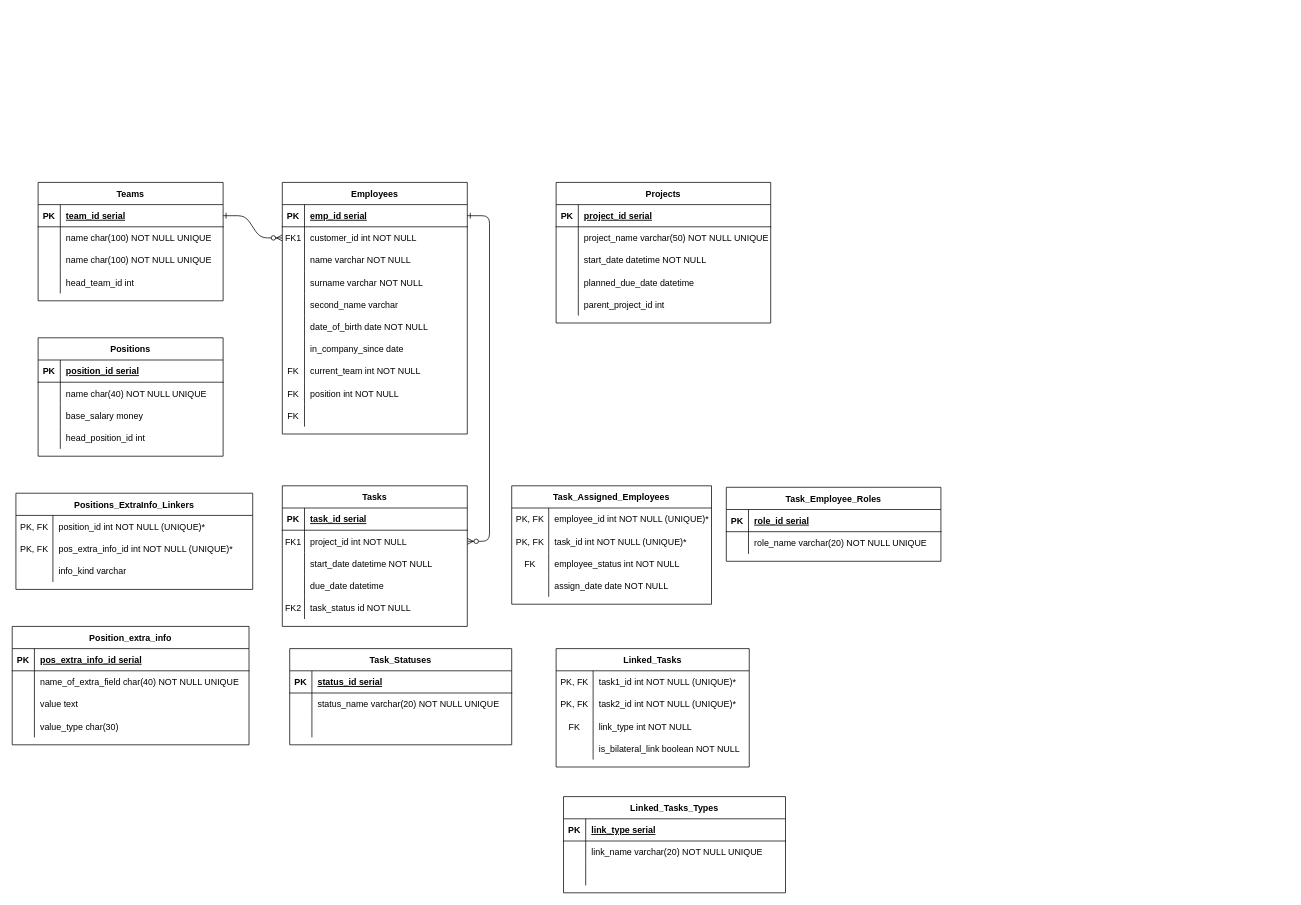
Earlier version of the draw.io diagram Untitled Diagram.drawio (iREALLYhateGit/projecterDB). Source tidied: cells renumbered, new cells numbered last; positions are measured from the earlier drawing's top-left corner, leaving out a move shared by most shapes. Both pictures are drawn from the tidied source at 74%, with x=0, y=0 at pixel (12, 182).
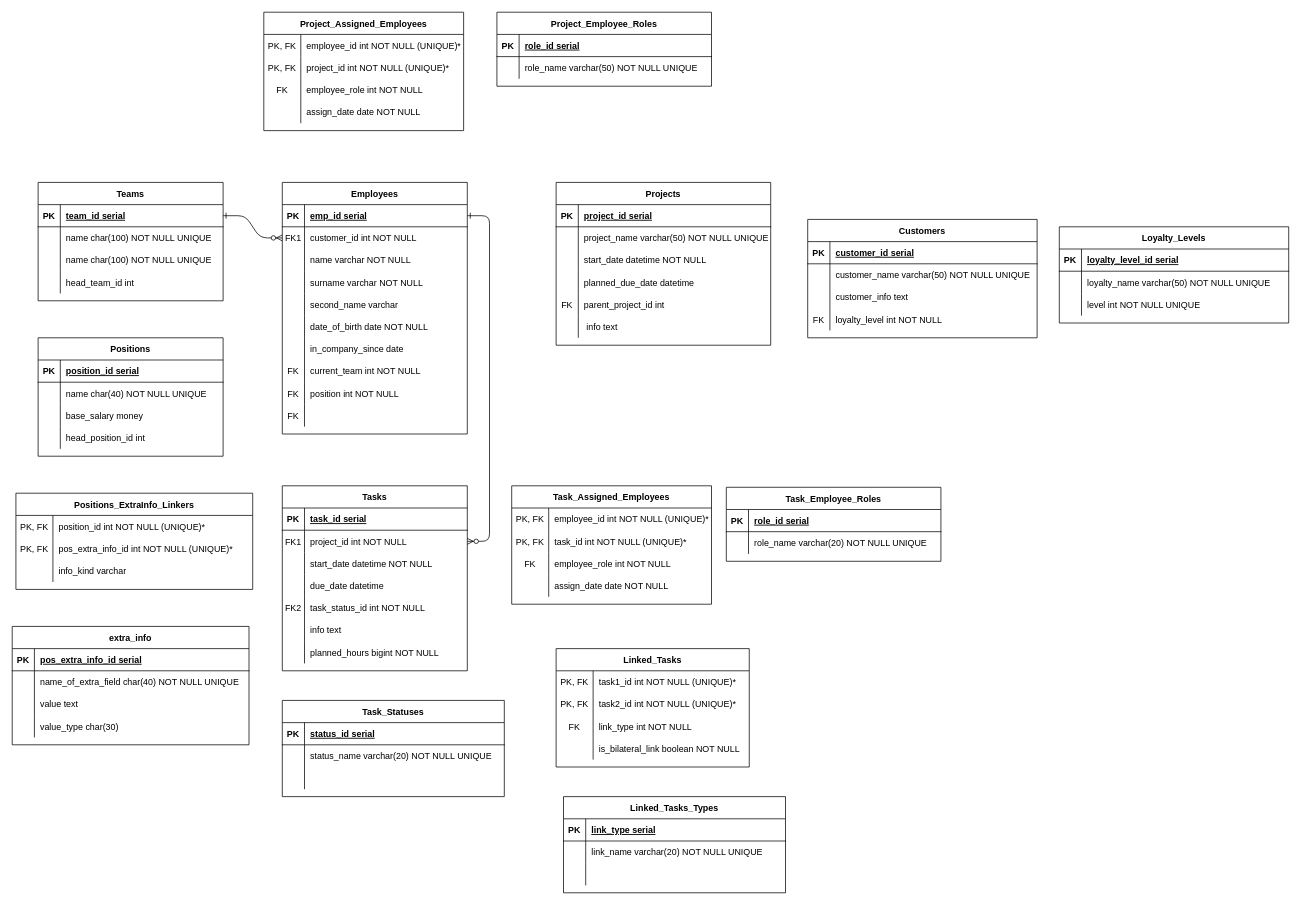
After the change.

The change refers to these unchanged cells:
```xml
<mxCell id="48" style="shape=partialRectangle;fillColor=none;top=0;left=0;right=0;bottom=0;" parent="35" vertex="1">
  <mxGeometry y="150" width="250" height="30" as="geometry" />
</mxCell>
<mxCell id="113" style="shape=partialRectangle;fillColor=none;top=0;left=0;right=0;bottom=0;" parent="100" vertex="1">
  <mxGeometry y="150" width="290" height="30" as="geometry" />
</mxCell>
<mxCell id="123" style="shape=partialRectangle;fillColor=none;top=0;left=0;right=0;bottom=0;" parent="116" vertex="1">
  <mxGeometry y="90" width="270" height="30" as="geometry" />
</mxCell>
```

Change to the diagram source:
```diff
@@
     <mxCell id="35" value="Tasks" style="shape=table;startSize=30;childLayout=tableLayout;rowLines=0;fontStyle=1;align=center;" parent="1" vertex="1">
-      <mxGeometry x="365" y="410" width="250" height="190" as="geometry" />
+      <mxGeometry x="365" y="410" width="250" height="250" as="geometry" />
     </mxCell>
@@
-    <mxCell id="50" value="task_status id NOT NULL" style="shape=partialRectangle;overflow=hidden;fillColor=none;top=0;left=0;bottom=0;right=0;align=left;spacingLeft=6;" parent="48" vertex="1">
+    <mxCell id="50" value="task_status_id int NOT NULL" style="shape=partialRectangle;overflow=hidden;fillColor=none;top=0;left=0;bottom=0;right=0;align=left;spacingLeft=6;" parent="48" vertex="1">
       <mxGeometry x="30" width="220" height="30" as="geometry" />
     </mxCell>
+    <mxCell id="169" style="shape=partialRectangle;fillColor=none;top=0;left=0;right=0;bottom=0;" parent="35" vertex="1">
+      <mxGeometry y="180" width="250" height="30" as="geometry" />
+    </mxCell>
+    <mxCell id="170" style="shape=partialRectangle;overflow=hidden;fillColor=none;top=0;left=0;bottom=0;right=0;" parent="169" vertex="1">
+      <mxGeometry width="30" height="30" as="geometry" />
+    </mxCell>
+    <mxCell id="171" value="info text" style="shape=partialRectangle;overflow=hidden;fillColor=none;top=0;left=0;bottom=0;right=0;align=left;spacingLeft=6;" parent="169" vertex="1">
+      <mxGeometry x="30" width="220" height="30" as="geometry" />
+    </mxCell>
+    <mxCell id="172" style="shape=partialRectangle;fillColor=none;top=0;left=0;right=0;bottom=0;" parent="35" vertex="1">
+      <mxGeometry y="210" width="250" height="30" as="geometry" />
+    </mxCell>
+    <mxCell id="173" style="shape=partialRectangle;overflow=hidden;fillColor=none;top=0;left=0;bottom=0;right=0;" parent="172" vertex="1">
+      <mxGeometry width="30" height="30" as="geometry" />
+    </mxCell>
+    <mxCell id="174" value="planned_hours bigint NOT NULL" style="shape=partialRectangle;overflow=hidden;fillColor=none;top=0;left=0;bottom=0;right=0;align=left;spacingLeft=6;" parent="172" vertex="1">
+      <mxGeometry x="30" width="220" height="30" as="geometry" />
+    </mxCell>
@@
-    <mxCell id="77" value="Position_extra_info" style="shape=table;startSize=30;childLayout=tableLayout;rowLines=0;fontStyle=1;align=center;" parent="1" vertex="1">
+    <mxCell id="77" value="extra_info" style="shape=table;startSize=30;childLayout=tableLayout;rowLines=0;fontStyle=1;align=center;" parent="1" vertex="1">
       <mxGeometry y="600" width="320" height="160" as="geometry" />
     </mxCell>
@@
     <mxCell id="100" value="Projects" style="shape=table;startSize=30;childLayout=tableLayout;rowLines=0;fontStyle=1;align=center;" parent="1" vertex="1">
-      <mxGeometry x="735" width="290" height="190" as="geometry" />
+      <mxGeometry x="735" width="290" height="220" as="geometry" />
     </mxCell>
@@
-    <mxCell id="114" style="shape=partialRectangle;overflow=hidden;fillColor=none;top=0;left=0;bottom=0;right=0;" parent="113" vertex="1">
+    <mxCell id="114" value="FK" style="shape=partialRectangle;overflow=hidden;fillColor=none;top=0;left=0;bottom=0;right=0;" parent="113" vertex="1">
       <mxGeometry width="30" height="30" as="geometry" />
     </mxCell>
@@
+    <mxCell id="175" style="shape=partialRectangle;fillColor=none;top=0;left=0;right=0;bottom=0;" parent="100" vertex="1">
+      <mxGeometry y="180" width="290" height="30" as="geometry" />
+    </mxCell>
+    <mxCell id="176" style="shape=partialRectangle;overflow=hidden;fillColor=none;top=0;left=0;bottom=0;right=0;" parent="175" vertex="1">
+      <mxGeometry width="30" height="30" as="geometry" />
+    </mxCell>
+    <mxCell id="177" value=" info text" style="shape=partialRectangle;overflow=hidden;fillColor=none;top=0;left=0;bottom=0;right=0;align=left;spacingLeft=6;" parent="175" vertex="1">
+      <mxGeometry x="30" width="260" height="30" as="geometry" />
+    </mxCell>
@@
-    <mxCell id="125" value="employee_status int NOT NULL" style="shape=partialRectangle;overflow=hidden;fillColor=none;top=0;left=0;bottom=0;right=0;align=left;spacingLeft=6;" parent="123" vertex="1">
+    <mxCell id="125" value="employee_role int NOT NULL" style="shape=partialRectangle;overflow=hidden;fillColor=none;top=0;left=0;bottom=0;right=0;align=left;spacingLeft=6;" parent="123" vertex="1">
       <mxGeometry x="50" width="220" height="30" as="geometry" />
     </mxCell>
@@
     <mxCell id="136" value="Task_Statuses" style="shape=table;startSize=30;childLayout=tableLayout;rowLines=0;fontStyle=1;align=center;" parent="1" vertex="1">
-      <mxGeometry x="375" y="630" width="300" height="130" as="geometry" />
+      <mxGeometry x="365" y="700" width="300" height="130" as="geometry" />
     </mxCell>
@@
+    <mxCell id="178" value="Project_Employee_Roles" style="shape=table;startSize=30;childLayout=tableLayout;rowLines=0;fontStyle=1;align=center;" parent="1" vertex="1">
+      <mxGeometry x="655" y="-230" width="290" height="100" as="geometry" />
+    </mxCell>
+    <mxCell id="179" style="shape=partialRectangle;fillColor=none;top=0;left=0;right=0;bottom=1;" parent="178" vertex="1">
+      <mxGeometry y="30" width="290" height="30" as="geometry" />
+    </mxCell>
+    <mxCell id="180" value="PK" style="shape=partialRectangle;overflow=hidden;fillColor=none;top=0;left=0;bottom=0;right=0;fontStyle=1;" parent="179" vertex="1">
+      <mxGeometry width="30" height="30" as="geometry" />
+    </mxCell>
+    <mxCell id="181" value="role_id serial" style="shape=partialRectangle;overflow=hidden;fillColor=none;top=0;left=0;bottom=0;right=0;align=left;spacingLeft=6;fontStyle=5;" parent="179" vertex="1">
+      <mxGeometry x="30" width="260" height="30" as="geometry" />
+    </mxCell>
+    <mxCell id="182" style="shape=partialRectangle;fillColor=none;top=0;left=0;right=0;bottom=0;" parent="178" vertex="1">
+      <mxGeometry y="60" width="290" height="30" as="geometry" />
+    </mxCell>
+    <mxCell id="183" style="shape=partialRectangle;overflow=hidden;fillColor=none;top=0;left=0;bottom=0;right=0;" parent="182" vertex="1">
+      <mxGeometry width="30" height="30" as="geometry" />
+    </mxCell>
+    <mxCell id="184" value="role_name varchar(50) NOT NULL UNIQUE" style="shape=partialRectangle;overflow=hidden;fillColor=none;top=0;left=0;bottom=0;right=0;align=left;spacingLeft=6;" parent="182" vertex="1">
+      <mxGeometry x="30" width="260" height="30" as="geometry" />
+    </mxCell>
+    <mxCell id="185" value="Project_Assigned_Employees" style="shape=table;startSize=30;childLayout=tableLayout;rowLines=0;fontStyle=1;align=center;" parent="1" vertex="1">
+      <mxGeometry x="340" y="-230" width="270" height="160" as="geometry" />
+    </mxCell>
+    <mxCell id="186" style="shape=partialRectangle;fillColor=none;top=0;left=0;right=0;bottom=0;" parent="185" vertex="1">
+      <mxGeometry y="30" width="270" height="30" as="geometry" />
+    </mxCell>
+    <mxCell id="187" value="PK, FK" style="shape=partialRectangle;overflow=hidden;fillColor=none;top=0;left=0;bottom=0;right=0;" parent="186" vertex="1">
+      <mxGeometry width="50" height="30" as="geometry" />
+    </mxCell>
+    <mxCell id="188" value="employee_id int NOT NULL (UNIQUE)*" style="shape=partialRectangle;overflow=hidden;fillColor=none;top=0;left=0;bottom=0;right=0;align=left;spacingLeft=6;" parent="186" vertex="1">
+      <mxGeometry x="50" width="220" height="30" as="geometry" />
+    </mxCell>
+    <mxCell id="189" style="shape=partialRectangle;fillColor=none;top=0;left=0;right=0;bottom=0;" parent="185" vertex="1">
+      <mxGeometry y="60" width="270" height="30" as="geometry" />
+    </mxCell>
+    <mxCell id="190" value="PK, FK" style="shape=partialRectangle;overflow=hidden;fillColor=none;top=0;left=0;bottom=0;right=0;" parent="189" vertex="1">
+      <mxGeometry width="50" height="30" as="geometry" />
+    </mxCell>
+    <mxCell id="191" value="project_id int NOT NULL (UNIQUE)*" style="shape=partialRectangle;overflow=hidden;fillColor=none;top=0;left=0;bottom=0;right=0;align=left;spacingLeft=6;" parent="189" vertex="1">
+      <mxGeometry x="50" width="220" height="30" as="geometry" />
+    </mxCell>
+    <mxCell id="192" style="shape=partialRectangle;fillColor=none;top=0;left=0;right=0;bottom=0;" parent="185" vertex="1">
+      <mxGeometry y="90" width="270" height="30" as="geometry" />
+    </mxCell>
+    <mxCell id="193" value="FK" style="shape=partialRectangle;overflow=hidden;fillColor=none;top=0;left=0;bottom=0;right=0;" parent="192" vertex="1">
+      <mxGeometry width="50" height="30" as="geometry" />
+    </mxCell>
+    <mxCell id="194" value="employee_role int NOT NULL" style="shape=partialRectangle;overflow=hidden;fillColor=none;top=0;left=0;bottom=0;right=0;align=left;spacingLeft=6;" parent="192" vertex="1">
+      <mxGeometry x="50" width="220" height="30" as="geometry" />
+    </mxCell>
+    <mxCell id="195" style="shape=partialRectangle;fillColor=none;top=0;left=0;right=0;bottom=0;" parent="185" vertex="1">
+      <mxGeometry y="120" width="270" height="30" as="geometry" />
+    </mxCell>
+    <mxCell id="196" style="shape=partialRectangle;overflow=hidden;fillColor=none;top=0;left=0;bottom=0;right=0;" parent="195" vertex="1">
+      <mxGeometry width="50" height="30" as="geometry" />
+    </mxCell>
+    <mxCell id="197" value="assign_date date NOT NULL" style="shape=partialRectangle;overflow=hidden;fillColor=none;top=0;left=0;bottom=0;right=0;align=left;spacingLeft=6;" parent="195" vertex="1">
+      <mxGeometry x="50" width="220" height="30" as="geometry" />
+    </mxCell>
+    <mxCell id="198" value="Customers" style="shape=table;startSize=30;childLayout=tableLayout;rowLines=0;fontStyle=1;align=center;" parent="1" vertex="1">
+      <mxGeometry x="1075" y="50" width="310" height="160" as="geometry" />
+    </mxCell>
+    <mxCell id="199" style="shape=partialRectangle;fillColor=none;top=0;left=0;right=0;bottom=1;" parent="198" vertex="1">
+      <mxGeometry y="30" width="310" height="30" as="geometry" />
+    </mxCell>
+    <mxCell id="200" value="PK" style="shape=partialRectangle;overflow=hidden;fillColor=none;top=0;left=0;bottom=0;right=0;fontStyle=1;" parent="199" vertex="1">
+      <mxGeometry width="30" height="30" as="geometry" />
+    </mxCell>
+    <mxCell id="201" value="customer_id serial" style="shape=partialRectangle;overflow=hidden;fillColor=none;top=0;left=0;bottom=0;right=0;align=left;spacingLeft=6;fontStyle=5;" parent="199" vertex="1">
+      <mxGeometry x="30" width="280" height="30" as="geometry" />
+    </mxCell>
+    <mxCell id="202" style="shape=partialRectangle;fillColor=none;top=0;left=0;right=0;bottom=0;" parent="198" vertex="1">
+      <mxGeometry y="60" width="310" height="30" as="geometry" />
+    </mxCell>
+    <mxCell id="203" style="shape=partialRectangle;overflow=hidden;fillColor=none;top=0;left=0;bottom=0;right=0;" parent="202" vertex="1">
+      <mxGeometry width="30" height="30" as="geometry" />
+    </mxCell>
+    <mxCell id="204" value="customer_name varchar(50) NOT NULL UNIQUE" style="shape=partialRectangle;overflow=hidden;fillColor=none;top=0;left=0;bottom=0;right=0;align=left;spacingLeft=6;" parent="202" vertex="1">
+      <mxGeometry x="30" width="280" height="30" as="geometry" />
+    </mxCell>
+    <mxCell id="205" style="shape=partialRectangle;fillColor=none;top=0;left=0;right=0;bottom=0;" parent="198" vertex="1">
+      <mxGeometry y="90" width="310" height="30" as="geometry" />
+    </mxCell>
+    <mxCell id="206" style="shape=partialRectangle;overflow=hidden;fillColor=none;top=0;left=0;bottom=0;right=0;" parent="205" vertex="1">
+      <mxGeometry width="30" height="30" as="geometry" />
+    </mxCell>
+    <mxCell id="207" value="customer_info text" style="shape=partialRectangle;overflow=hidden;fillColor=none;top=0;left=0;bottom=0;right=0;align=left;spacingLeft=6;" parent="205" vertex="1">
+      <mxGeometry x="30" width="280" height="30" as="geometry" />
+    </mxCell>
+    <mxCell id="208" style="shape=partialRectangle;fillColor=none;top=0;left=0;right=0;bottom=0;" parent="198" vertex="1">
+      <mxGeometry y="120" width="310" height="30" as="geometry" />
+    </mxCell>
+    <mxCell id="209" value="FK" style="shape=partialRectangle;overflow=hidden;fillColor=none;top=0;left=0;bottom=0;right=0;" parent="208" vertex="1">
+      <mxGeometry width="30" height="30" as="geometry" />
+    </mxCell>
+    <mxCell id="210" value="loyalty_level int NOT NULL" style="shape=partialRectangle;overflow=hidden;fillColor=none;top=0;left=0;bottom=0;right=0;align=left;spacingLeft=6;" parent="208" vertex="1">
+      <mxGeometry x="30" width="280" height="30" as="geometry" />
+    </mxCell>
+    <mxCell id="211" value="Loyalty_Levels" style="shape=table;startSize=30;childLayout=tableLayout;rowLines=0;fontStyle=1;align=center;" parent="1" vertex="1">
+      <mxGeometry x="1415" y="60" width="310" height="130" as="geometry" />
+    </mxCell>
+    <mxCell id="212" style="shape=partialRectangle;fillColor=none;top=0;left=0;right=0;bottom=1;" parent="211" vertex="1">
+      <mxGeometry y="30" width="310" height="30" as="geometry" />
+    </mxCell>
+    <mxCell id="213" value="PK" style="shape=partialRectangle;overflow=hidden;fillColor=none;top=0;left=0;bottom=0;right=0;fontStyle=1;" parent="212" vertex="1">
+      <mxGeometry width="30" height="30" as="geometry" />
+    </mxCell>
+    <mxCell id="214" value="loyalty_level_id serial" style="shape=partialRectangle;overflow=hidden;fillColor=none;top=0;left=0;bottom=0;right=0;align=left;spacingLeft=6;fontStyle=5;" parent="212" vertex="1">
+      <mxGeometry x="30" width="280" height="30" as="geometry" />
+    </mxCell>
+    <mxCell id="215" style="shape=partialRectangle;fillColor=none;top=0;left=0;right=0;bottom=0;" parent="211" vertex="1">
+      <mxGeometry y="60" width="310" height="30" as="geometry" />
+    </mxCell>
+    <mxCell id="216" style="shape=partialRectangle;overflow=hidden;fillColor=none;top=0;left=0;bottom=0;right=0;" parent="215" vertex="1">
+      <mxGeometry width="30" height="30" as="geometry" />
+    </mxCell>
+    <mxCell id="217" value="loyalty_name varchar(50) NOT NULL UNIQUE" style="shape=partialRectangle;overflow=hidden;fillColor=none;top=0;left=0;bottom=0;right=0;align=left;spacingLeft=6;" parent="215" vertex="1">
+      <mxGeometry x="30" width="280" height="30" as="geometry" />
+    </mxCell>
+    <mxCell id="218" style="shape=partialRectangle;fillColor=none;top=0;left=0;right=0;bottom=0;" parent="211" vertex="1">
+      <mxGeometry y="90" width="310" height="30" as="geometry" />
+    </mxCell>
+    <mxCell id="219" style="shape=partialRectangle;overflow=hidden;fillColor=none;top=0;left=0;bottom=0;right=0;" parent="218" vertex="1">
+      <mxGeometry width="30" height="30" as="geometry" />
+    </mxCell>
+    <mxCell id="220" value="level int NOT NULL UNIQUE" style="shape=partialRectangle;overflow=hidden;fillColor=none;top=0;left=0;bottom=0;right=0;align=left;spacingLeft=6;" parent="218" vertex="1">
+      <mxGeometry x="30" width="280" height="30" as="geometry" />
+    </mxCell>
```
